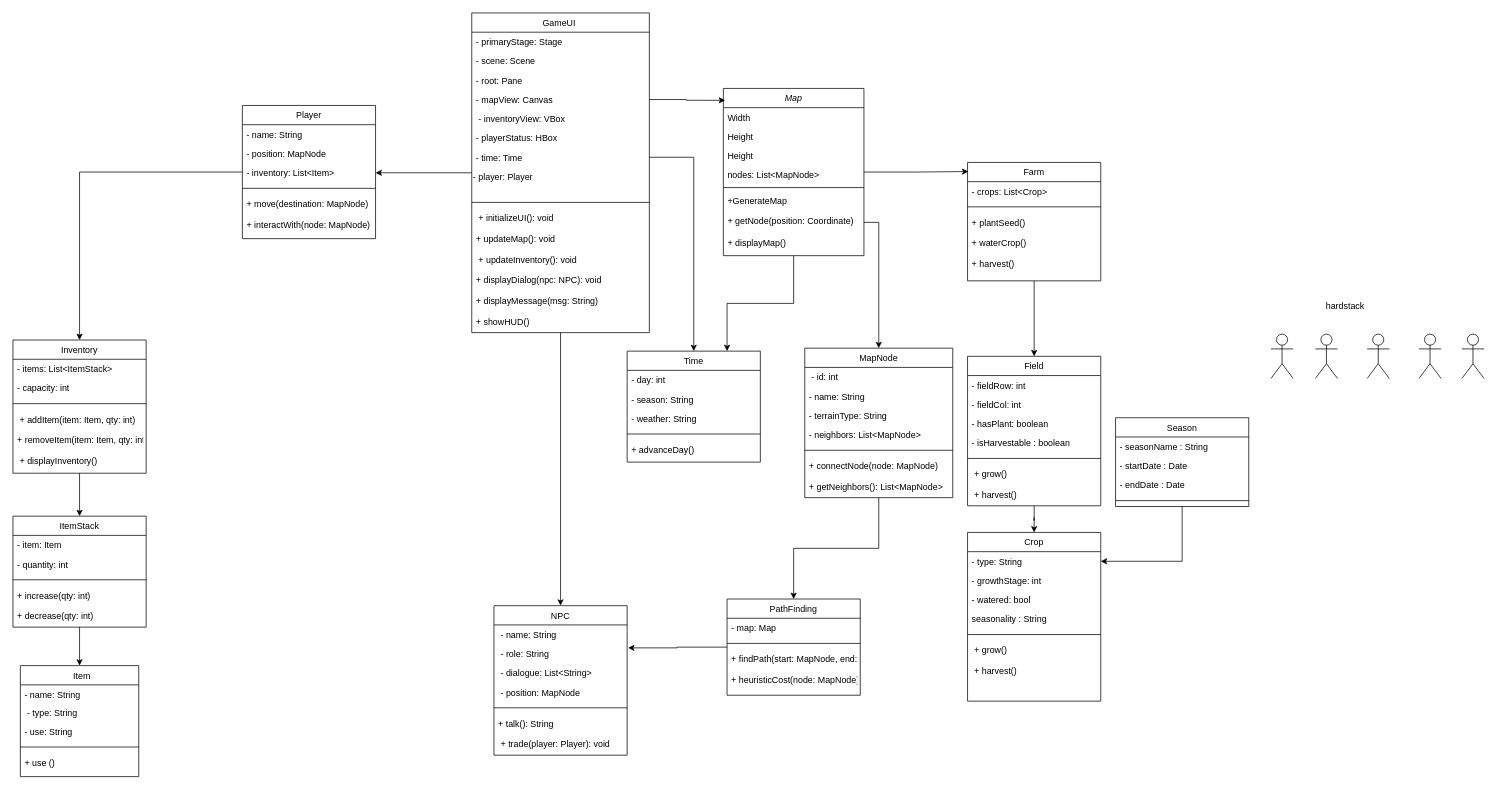
Before: Hardstack.Diagram.drawio in Smoll05/hardstack-capstone, a draw.io diagram. Source tidied: cells renumbered, new cells numbered last; positions are measured from the earlier drawing's top-left corner, leaving out a move shared by most shapes. Both pictures are drawn from the tidied source at 74%, with x=0, y=0 at pixel (13, 13).
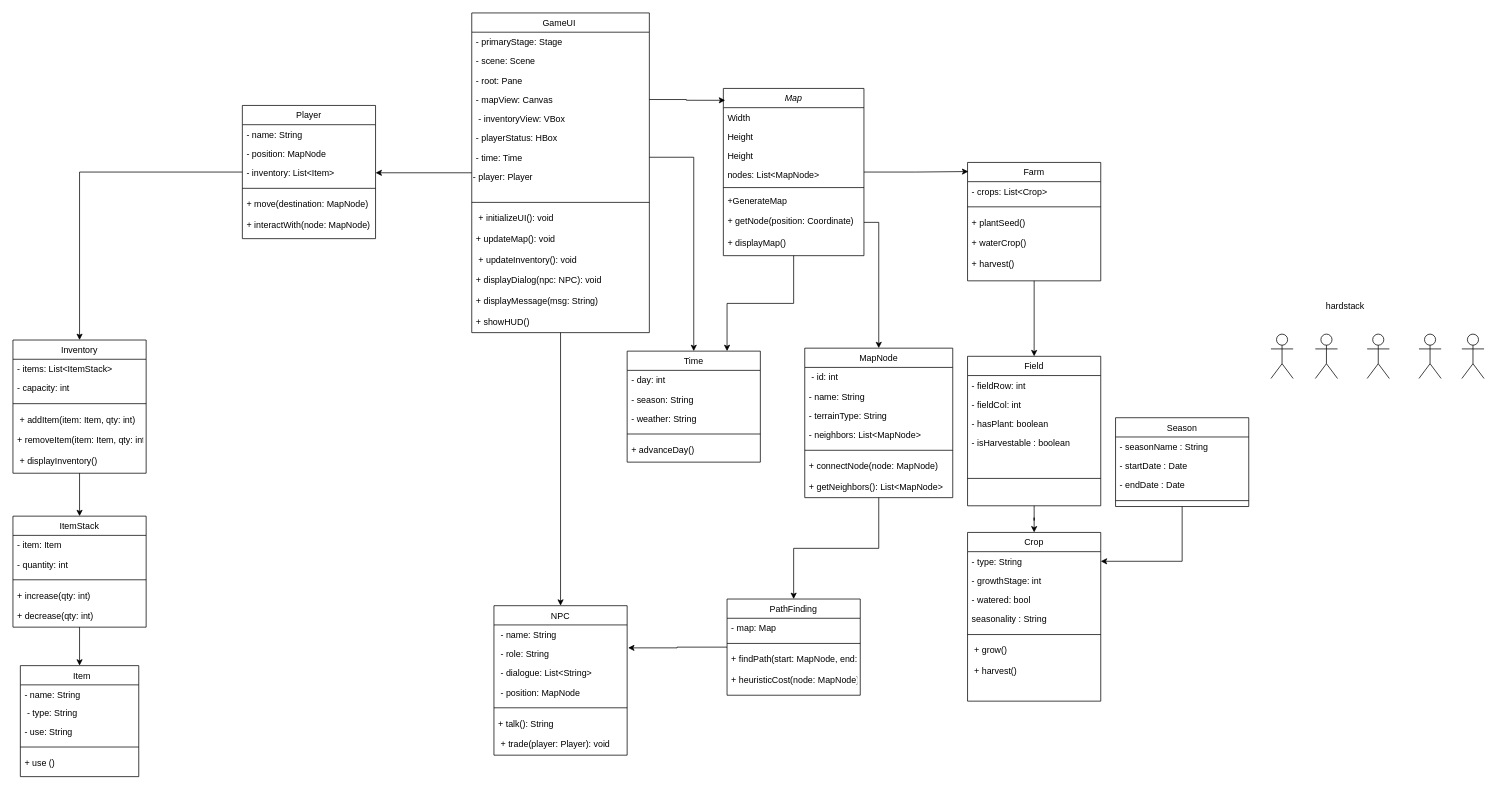
The same diagram, later.

Unchanged cells that the change refers to:
```xml
<mxCell id="114" value="Field" style="swimlane;fontStyle=0;align=center;verticalAlign=top;horizontal=1;startSize=26;rounded=0;shadow=0;strokeWidth=1;" parent="1" vertex="1">
  <mxGeometry x="1290" y="464" width="180" height="202" as="geometry" />
</mxCell>
```

What changed in the source:
```diff
@@
     <mxCell id="119" style="line;html=1;strokeWidth=1;align=left;verticalAlign=middle;spacingTop=-1;spacingLeft=3;spacingRight=3;labelPosition=right;" parent="114" vertex="1">
-      <mxGeometry y="130" width="180" height="16" as="geometry" />
+      <mxGeometry y="130" width="180" height="70" as="geometry" />
     </mxCell>
-    <mxCell id="120" value=" + grow()         " style="text;align=left;verticalAlign=top;spacingLeft=4;spacingRight=4;overflow=hidden;" parent="114" vertex="1">
-      <mxGeometry y="146" width="180" height="28" as="geometry" />
-    </mxCell>
-    <mxCell id="121" value=" + harvest() " style="text;align=left;verticalAlign=top;spacingLeft=4;spacingRight=4;overflow=hidden;" parent="114" vertex="1">
-      <mxGeometry y="174" width="180" height="28" as="geometry" />
-    </mxCell>
```
